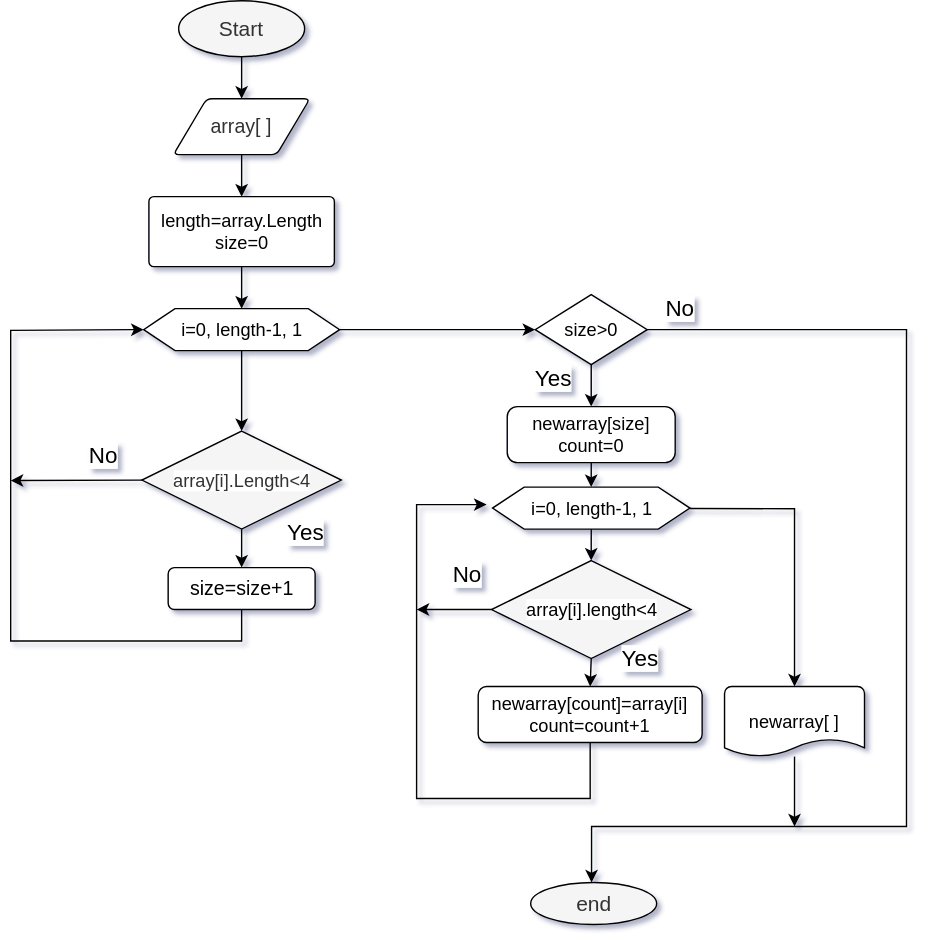
This is flowchart.drawio.svg from mrivs/Control-work-1, a draw.io export, as it was before one commit. Source tidied: cells renumbered, new cells last; positions are measured from the earlier drawing's top-left corner, leaving out a move shared by most shapes.
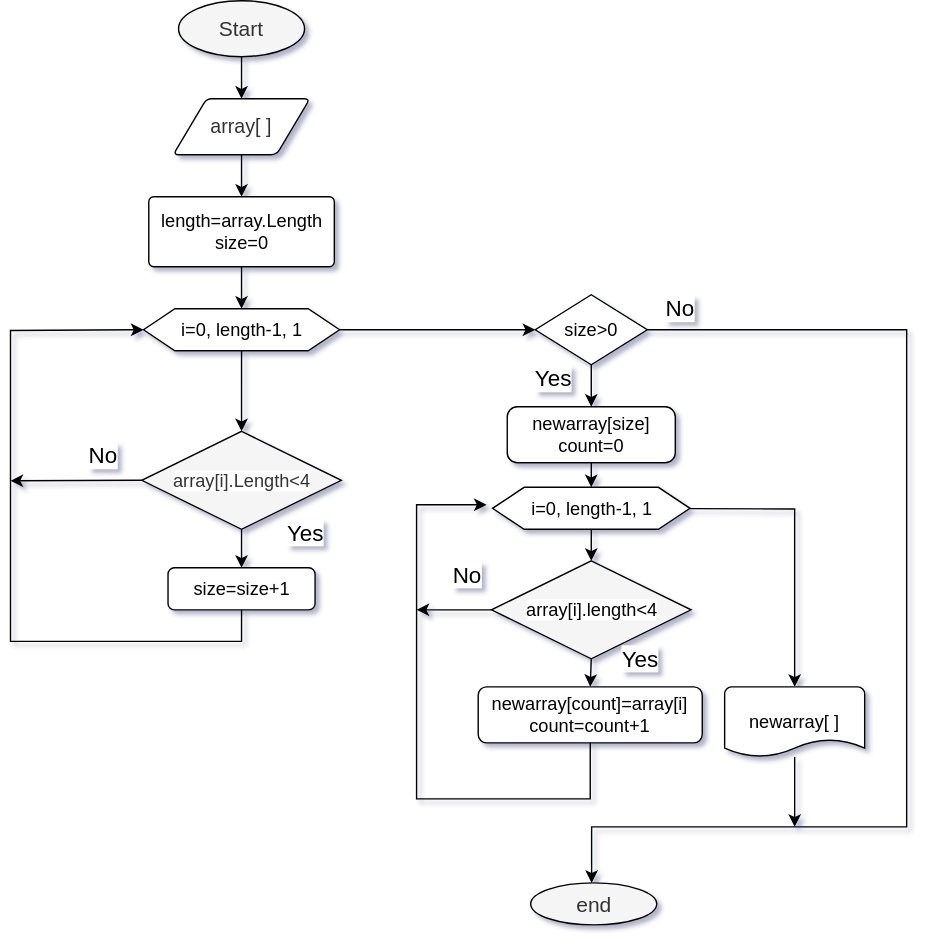
Above is the later version.

The edit, as a diff of the source:
```diff
@@ -57,7 +57,7 @@
     <mxCell id="16" value="Yes" style="text;html=1;strokeColor=none;fillColor=none;align=center;verticalAlign=middle;whiteSpace=wrap;rounded=0;labelBackgroundColor=#FFFFFF;fontSize=16;fontColor=#000000;strokeWidth=1;shadow=0;" parent="1" vertex="1">
       <mxGeometry x="360" y="260" width="56.2" height="20" as="geometry" />
     </mxCell>
-    <mxCell id="17" value="size=size+1" style="rounded=1;whiteSpace=wrap;html=1;shadow=0;labelBackgroundColor=#FFFFFF;fontSize=14;fontColor=#000000;strokeColor=#000000;strokeWidth=1;fillColor=#FFFFFF;gradientColor=none;" parent="1" vertex="1">
+    <mxCell id="17" value="size=size+1" style="rounded=1;whiteSpace=wrap;html=1;shadow=0;labelBackgroundColor=#FFFFFF;fontSize=13;fontColor=#000000;strokeColor=#000000;strokeWidth=1;fillColor=#FFFFFF;gradientColor=none;" parent="1" vertex="1">
       <mxGeometry x="112.5" y="405" width="105" height="30" as="geometry" />
     </mxCell>
     <mxCell id="18" style="edgeStyle=none;rounded=0;html=1;fontSize=16;fontColor=#000000;strokeColor=#000000;strokeWidth=1;" parent="1" edge="1" source="20" target="22">
```
